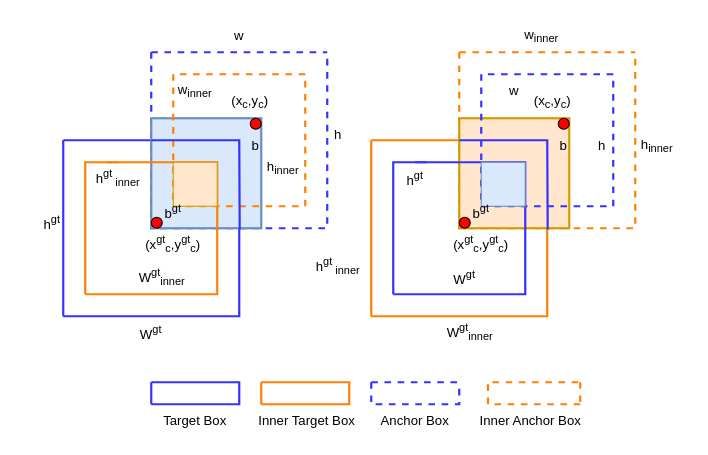
Before: inner - Wiou.drawio in lgq622/long, a draw.io diagram. Source tidied: cells renumbered, new cells numbered last; positions are measured from the earlier drawing's top-left corner, leaving out a move shared by most shapes. Both pictures are drawn from the tidied source at 110%, with x=0, y=0 at pixel (19, 19).
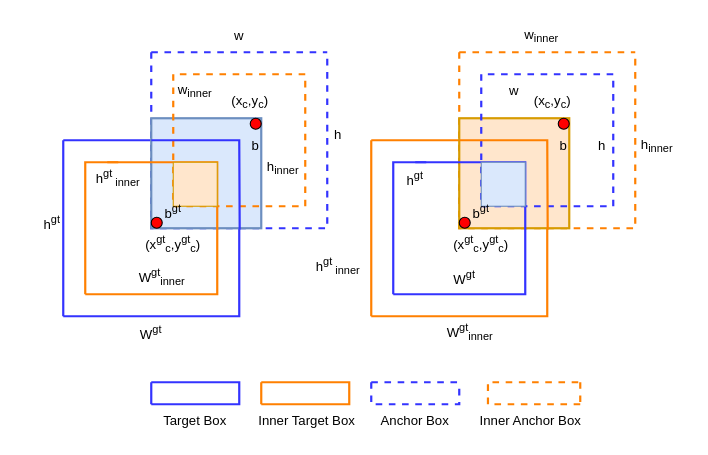
After the change.

Unchanged cells that the change refers to:
```xml
<mxCell id="31" style="whiteSpace=wrap;html=1;strokeWidth=2;fillColor=#ffe6cc;strokeColor=#d79b00;" parent="1" vertex="1">
  <mxGeometry x="400" y="90" width="100" height="100" as="geometry" />
</mxCell>
```

The edit, as a diff of the source:
```diff
@@
-    <mxCell id="43" style="endArrow=none;html=1;rounded=0;strokeColor=#3333FF;strokeWidth=2;exitX=0.804;exitY=1.012;exitDx=0;exitDy=0;exitPerimeter=0;" parent="1" edge="1" source="31">
+    <mxCell id="43" style="endArrow=none;html=1;rounded=0;strokeColor=#FF8000;strokeWidth=2;exitX=0.804;exitY=1.012;exitDx=0;exitDy=0;exitPerimeter=0;" parent="1" edge="1" source="31">
       <mxGeometry relative="1" as="geometry">
         <mxPoint x="400" y="110" as="targetPoint" />
         <Array as="points">
           <mxPoint x="480" y="110" />
         </Array>
       </mxGeometry>
     </mxCell>
```
